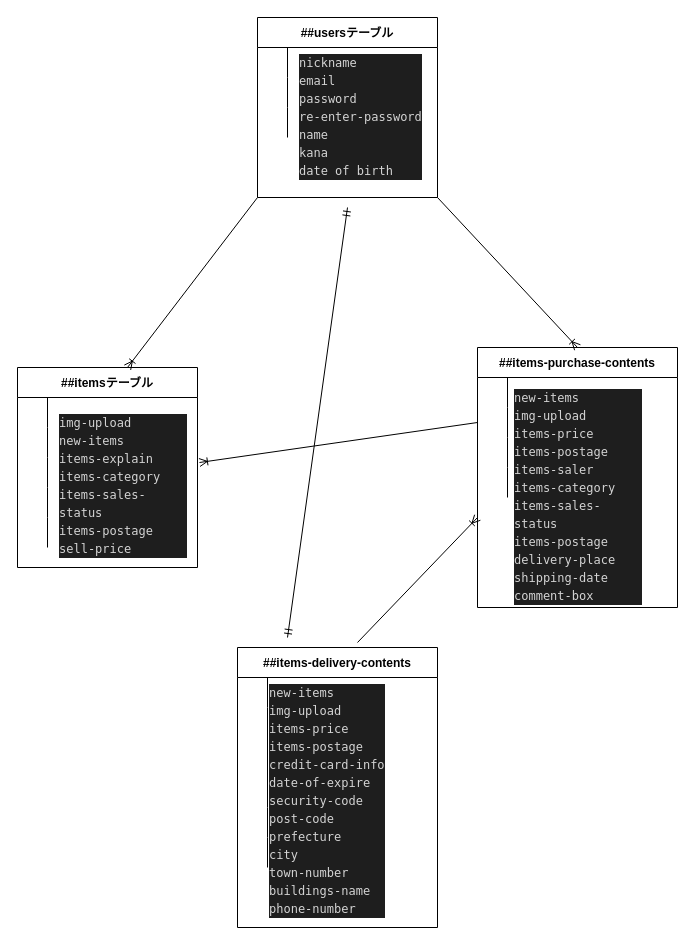
Before: test.dio in aimi-conforti/furima-36699, a draw.io diagram. Source tidied: cells renumbered, new cells numbered last; positions are measured from the earlier drawing's top-left corner, leaving out a move shared by most shapes. Both pictures are drawn from the tidied source at 100%, with x=0, y=0 at pixel (17, 17).
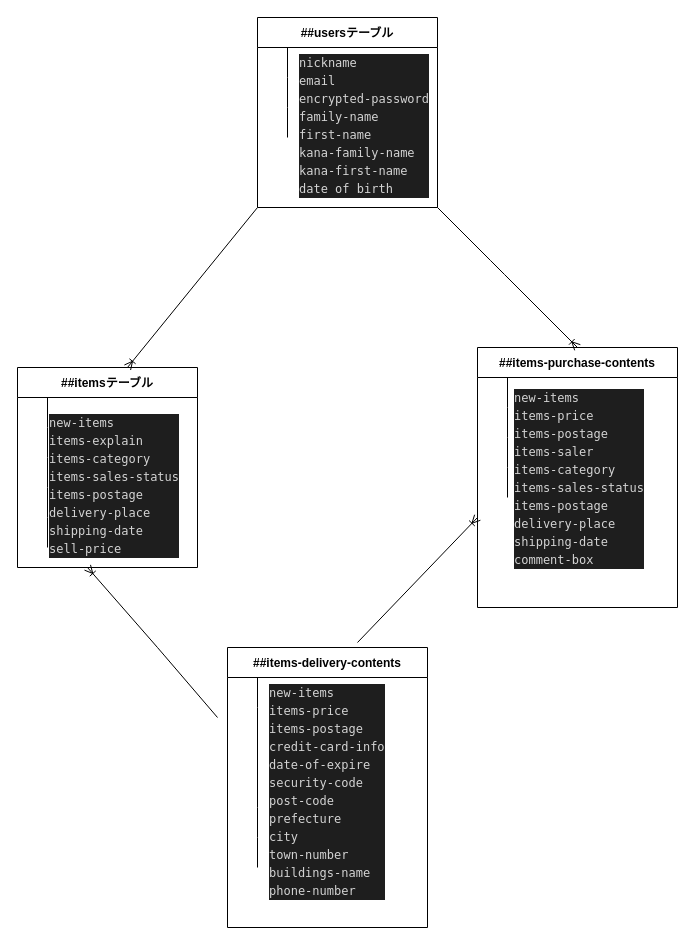
After the change.

The change refers to these unchanged cells:
```xml
<mxCell id="2" value="##items-purchase-contents" style="shape=table;startSize=30;childLayout=tableLayout;rowLines=0;fontStyle=1;align=center;" parent="1" vertex="1">
  <mxGeometry x="460" y="330" width="200" height="260" as="geometry" />
</mxCell>
<mxCell id="6" style="shape=partialRectangle;fillColor=none;top=0;left=0;bottom=0;right=0;points=[[0,0.5],[1,0.5]];portConstraint=eastwest;" parent="2" vertex="1">
  <mxGeometry y="60" width="200" height="30" as="geometry" />
</mxCell>
<mxCell id="22" style="shape=partialRectangle;fillColor=none;top=0;left=0;bottom=0;right=0;points=[[0,0.5],[1,0.5]];portConstraint=eastwest;" parent="15" vertex="1">
  <mxGeometry y="90" width="180" height="30" as="geometry" />
</mxCell>
```

What changed in the source:
```diff
@@
     <mxCell id="32" style="edgeStyle=none;html=1;exitX=1;exitY=1;exitDx=0;exitDy=0;entryX=0.5;entryY=0;entryDx=0;entryDy=0;endArrow=ERoneToMany;endFill=0;targetPerimeterSpacing=0;verticalAlign=middle;" parent="1" edge="1" source="33" target="2">
-      <mxGeometry relative="1" as="geometry" />
+      <mxGeometry relative="1" as="geometry">
+        <Array as="points">
+          <mxPoint x="480" y="250" />
+        </Array>
+      </mxGeometry>
     </mxCell>
     <mxCell id="33" value="##usersテーブル" style="shape=table;startSize=30;childLayout=tableLayout;rowLines=0;fontStyle=1;align=center;" parent="1" vertex="1">
-      <mxGeometry x="240" width="180" height="180" as="geometry" />
+      <mxGeometry x="240" width="180" height="190" as="geometry" />
     </mxCell>
@@
-    <mxCell id="43" style="edgeStyle=none;html=1;exitX=0;exitY=0.5;exitDx=0;exitDy=0;entryX=1.011;entryY=0.167;entryDx=0;entryDy=0;entryPerimeter=0;endArrow=ERoneToMany;endFill=0;targetPerimeterSpacing=0;verticalAlign=middle;" parent="1" edge="1" source="6" target="22">
-      <mxGeometry relative="1" as="geometry" />
+    <mxCell id="43" style="edgeStyle=none;html=1;endArrow=ERoneToMany;endFill=0;targetPerimeterSpacing=0;verticalAlign=middle;" parent="1" edge="1">
+      <mxGeometry relative="1" as="geometry">
+        <mxPoint x="200" y="700" as="sourcePoint" />
+        <mxPoint x="70" y="550" as="targetPoint" />
+        <Array as="points">
+          <mxPoint x="140" y="630" />
+        </Array>
+      </mxGeometry>
     </mxCell>
-    <mxCell id="44" value="&lt;div style=&quot;color: rgb(212 , 212 , 212) ; background-color: rgb(30 , 30 , 30) ; font-family: &amp;#34;menlo&amp;#34; , &amp;#34;monaco&amp;#34; , &amp;#34;courier new&amp;#34; , monospace ; font-weight: normal ; font-size: 12px ; line-height: 18px&quot;&gt;&lt;div&gt;&lt;span style=&quot;color: #d4d4d4&quot;&gt;nickname&lt;/span&gt;&lt;/div&gt;&lt;div&gt;&lt;span style=&quot;color: #d4d4d4&quot;&gt;email&lt;/span&gt;&lt;/div&gt;&lt;div&gt;&lt;span style=&quot;color: #d4d4d4&quot;&gt;password&lt;/span&gt;&lt;/div&gt;&lt;div&gt;&lt;span style=&quot;color: #d4d4d4&quot;&gt;re-enter-password&lt;/span&gt;&lt;/div&gt;&lt;div&gt;&lt;span style=&quot;color: #d4d4d4&quot;&gt;name&amp;nbsp;&lt;/span&gt;&lt;/div&gt;&lt;div&gt;&lt;span style=&quot;color: #d4d4d4&quot;&gt;kana&lt;/span&gt;&lt;/div&gt;&lt;div&gt;&lt;span style=&quot;color: #d4d4d4&quot;&gt;date of birth&lt;/span&gt;&lt;/div&gt;&lt;/div&gt;" style="text;whiteSpace=wrap;html=1;" parent="1" vertex="1">
-      <mxGeometry x="280" y="30" width="130" height="140" as="geometry" />
+    <mxCell id="44" value="&lt;div style=&quot;color: rgb(212 , 212 , 212) ; background-color: rgb(30 , 30 , 30) ; font-family: &amp;#34;menlo&amp;#34; , &amp;#34;monaco&amp;#34; , &amp;#34;courier new&amp;#34; , monospace ; font-weight: normal ; font-size: 12px ; line-height: 18px&quot;&gt;&lt;div&gt;&lt;span style=&quot;color: #d4d4d4&quot;&gt;nickname&lt;/span&gt;&lt;/div&gt;&lt;div&gt;&lt;span style=&quot;color: #d4d4d4&quot;&gt;email&lt;/span&gt;&lt;/div&gt;&lt;div&gt;&lt;span style=&quot;color: #d4d4d4&quot;&gt;encrypted-password&lt;/span&gt;&lt;/div&gt;&lt;div&gt;&lt;span style=&quot;color: #d4d4d4&quot;&gt;family-name&lt;/span&gt;&lt;/div&gt;&lt;div&gt;&lt;span style=&quot;color: #d4d4d4&quot;&gt;first-name&amp;nbsp;&lt;/span&gt;&lt;/div&gt;&lt;div&gt;&lt;span style=&quot;color: #d4d4d4&quot;&gt;kana-family-name&lt;/span&gt;&lt;/div&gt;&lt;div&gt;&lt;span style=&quot;color: #d4d4d4&quot;&gt;kana-first-name&lt;/span&gt;&lt;/div&gt;&lt;div&gt;&lt;span style=&quot;color: #d4d4d4&quot;&gt;date of birth&lt;/span&gt;&lt;/div&gt;&lt;/div&gt;" style="text;whiteSpace=wrap;html=1;" parent="1" vertex="1">
+      <mxGeometry x="280" y="30" width="140" height="140" as="geometry" />
     </mxCell>
-    <mxCell id="45" value="&lt;div style=&quot;color: rgb(212 , 212 , 212) ; background-color: rgb(30 , 30 , 30) ; font-family: &amp;#34;menlo&amp;#34; , &amp;#34;monaco&amp;#34; , &amp;#34;courier new&amp;#34; , monospace ; font-weight: normal ; font-size: 12px ; line-height: 18px&quot;&gt;&lt;div&gt;&lt;span style=&quot;color: #d4d4d4&quot;&gt;img-upload&lt;/span&gt;&lt;/div&gt;&lt;div&gt;&lt;span style=&quot;color: #d4d4d4&quot;&gt;new-items&lt;/span&gt;&lt;/div&gt;&lt;div&gt;&lt;span style=&quot;color: #d4d4d4&quot;&gt;items-explain&lt;/span&gt;&lt;/div&gt;&lt;div&gt;&lt;span style=&quot;color: #d4d4d4&quot;&gt;items-category&lt;/span&gt;&lt;/div&gt;&lt;div&gt;&lt;span style=&quot;color: #d4d4d4&quot;&gt;items-sales-status&lt;/span&gt;&lt;/div&gt;&lt;div&gt;&lt;span style=&quot;color: #d4d4d4&quot;&gt;items-postage&lt;/span&gt;&lt;/div&gt;&lt;div&gt;&lt;span style=&quot;color: #d4d4d4&quot;&gt;sell-price&lt;/span&gt;&lt;/div&gt;&lt;/div&gt;" style="text;whiteSpace=wrap;html=1;" parent="1" vertex="1">
-      <mxGeometry x="40" y="390" width="130" height="140" as="geometry" />
+    <mxCell id="45" value="&lt;div style=&quot;color: rgb(212 , 212 , 212) ; background-color: rgb(30 , 30 , 30) ; font-family: &amp;#34;menlo&amp;#34; , &amp;#34;monaco&amp;#34; , &amp;#34;courier new&amp;#34; , monospace ; font-weight: normal ; font-size: 12px ; line-height: 18px&quot;&gt;&lt;div&gt;new-items&lt;br&gt;&lt;/div&gt;&lt;div&gt;&lt;span style=&quot;color: #d4d4d4&quot;&gt;items-explain&lt;/span&gt;&lt;/div&gt;&lt;div&gt;&lt;span style=&quot;color: #d4d4d4&quot;&gt;items-category&lt;/span&gt;&lt;/div&gt;&lt;div&gt;&lt;span style=&quot;color: #d4d4d4&quot;&gt;items-sales-status&lt;/span&gt;&lt;/div&gt;&lt;div&gt;&lt;span style=&quot;color: #d4d4d4&quot;&gt;items-postage&lt;/span&gt;&lt;/div&gt;&lt;div&gt;delivery-place&lt;/div&gt;&lt;div&gt;shipping-date&lt;/div&gt;&lt;div&gt;sell-price&lt;/div&gt;&lt;/div&gt;" style="text;whiteSpace=wrap;html=1;" parent="1" vertex="1">
+      <mxGeometry x="30" y="390" width="140" height="140" as="geometry" />
     </mxCell>
-    <mxCell id="46" value="&lt;div style=&quot;color: rgb(212 , 212 , 212) ; background-color: rgb(30 , 30 , 30) ; font-family: &amp;#34;menlo&amp;#34; , &amp;#34;monaco&amp;#34; , &amp;#34;courier new&amp;#34; , monospace ; font-weight: normal ; font-size: 12px ; line-height: 18px&quot;&gt;&lt;div&gt;&lt;span style=&quot;color: #d4d4d4&quot;&gt;new-items&lt;/span&gt;&lt;/div&gt;&lt;div&gt;&lt;span style=&quot;color: #d4d4d4&quot;&gt;img-upload&lt;/span&gt;&lt;/div&gt;&lt;div&gt;&lt;span style=&quot;color: #d4d4d4&quot;&gt;items-price&lt;/span&gt;&lt;/div&gt;&lt;div&gt;&lt;span style=&quot;color: #d4d4d4&quot;&gt;items-postage&lt;/span&gt;&lt;/div&gt;&lt;div&gt;&lt;span style=&quot;color: #d4d4d4&quot;&gt;items-saler&lt;/span&gt;&lt;/div&gt;&lt;div&gt;&lt;span style=&quot;color: #d4d4d4&quot;&gt;items-category&lt;/span&gt;&lt;/div&gt;&lt;div&gt;&lt;span style=&quot;color: #d4d4d4&quot;&gt;items-sales-status&lt;/span&gt;&lt;/div&gt;&lt;div&gt;&lt;span style=&quot;color: #d4d4d4&quot;&gt;items-postage&lt;/span&gt;&lt;/div&gt;&lt;div&gt;&lt;span style=&quot;color: #d4d4d4&quot;&gt;delivery-place&lt;/span&gt;&lt;/div&gt;&lt;div&gt;&lt;span style=&quot;color: #d4d4d4&quot;&gt;shipping-date&lt;/span&gt;&lt;/div&gt;&lt;div&gt;&lt;span style=&quot;color: #d4d4d4&quot;&gt;comment-box&lt;/span&gt;&lt;/div&gt;&lt;/div&gt;" style="text;whiteSpace=wrap;html=1;" parent="1" vertex="1">
-      <mxGeometry x="495" y="365" width="130" height="210" as="geometry" />
+    <mxCell id="46" value="&lt;div style=&quot;color: rgb(212 , 212 , 212) ; background-color: rgb(30 , 30 , 30) ; font-family: &amp;#34;menlo&amp;#34; , &amp;#34;monaco&amp;#34; , &amp;#34;courier new&amp;#34; , monospace ; font-weight: normal ; font-size: 12px ; line-height: 18px&quot;&gt;&lt;div&gt;&lt;span style=&quot;color: #d4d4d4&quot;&gt;new-items&lt;/span&gt;&lt;/div&gt;&lt;div&gt;&lt;span style=&quot;color: #d4d4d4&quot;&gt;items-price&lt;/span&gt;&lt;/div&gt;&lt;div&gt;&lt;span style=&quot;color: #d4d4d4&quot;&gt;items-postage&lt;/span&gt;&lt;/div&gt;&lt;div&gt;&lt;span style=&quot;color: #d4d4d4&quot;&gt;items-saler&lt;/span&gt;&lt;/div&gt;&lt;div&gt;&lt;span style=&quot;color: #d4d4d4&quot;&gt;items-category&lt;/span&gt;&lt;/div&gt;&lt;div&gt;&lt;span style=&quot;color: #d4d4d4&quot;&gt;items-sales-status&lt;/span&gt;&lt;/div&gt;&lt;div&gt;&lt;span style=&quot;color: #d4d4d4&quot;&gt;items-postage&lt;/span&gt;&lt;/div&gt;&lt;div&gt;&lt;span style=&quot;color: #d4d4d4&quot;&gt;delivery-place&lt;/span&gt;&lt;/div&gt;&lt;div&gt;&lt;span style=&quot;color: #d4d4d4&quot;&gt;shipping-date&lt;/span&gt;&lt;/div&gt;&lt;div&gt;&lt;span style=&quot;color: #d4d4d4&quot;&gt;comment-box&lt;/span&gt;&lt;/div&gt;&lt;/div&gt;" style="text;whiteSpace=wrap;html=1;" parent="1" vertex="1">
+      <mxGeometry x="495" y="365" width="135" height="210" as="geometry" />
     </mxCell>
     <mxCell id="47" value="##items-delivery-contents" style="shape=table;startSize=30;childLayout=tableLayout;rowLines=0;fontStyle=1;align=center;" parent="1" vertex="1">
-      <mxGeometry x="220" y="630" width="200" height="280" as="geometry" />
+      <mxGeometry x="210" y="630" width="200" height="280" as="geometry" />
     </mxCell>
@@
-    <mxCell id="60" value="&lt;div style=&quot;color: rgb(212 , 212 , 212) ; background-color: rgb(30 , 30 , 30) ; font-family: &amp;#34;menlo&amp;#34; , &amp;#34;monaco&amp;#34; , &amp;#34;courier new&amp;#34; , monospace ; font-weight: normal ; font-size: 12px ; line-height: 18px&quot;&gt;&lt;div&gt;&lt;span style=&quot;color: #d4d4d4&quot;&gt;new-items&lt;/span&gt;&lt;/div&gt;&lt;div&gt;&lt;span style=&quot;color: #d4d4d4&quot;&gt;img-upload&lt;/span&gt;&lt;/div&gt;&lt;div&gt;&lt;span style=&quot;color: #d4d4d4&quot;&gt;items-price&lt;/span&gt;&lt;/div&gt;&lt;div&gt;&lt;span style=&quot;color: #d4d4d4&quot;&gt;items-postage&lt;/span&gt;&lt;/div&gt;&lt;div&gt;&lt;span style=&quot;color: #d4d4d4&quot;&gt;credit-card-info&lt;/span&gt;&lt;/div&gt;&lt;div&gt;&lt;span style=&quot;color: #d4d4d4&quot;&gt;date-of-expire&lt;/span&gt;&lt;/div&gt;&lt;div&gt;&lt;span style=&quot;color: #d4d4d4&quot;&gt;security-code&lt;/span&gt;&lt;/div&gt;&lt;div&gt;&lt;span style=&quot;color: #d4d4d4&quot;&gt;post-code&lt;/span&gt;&lt;/div&gt;&lt;div&gt;&lt;span style=&quot;color: #d4d4d4&quot;&gt;prefecture&lt;/span&gt;&lt;/div&gt;&lt;div&gt;&lt;span style=&quot;color: #d4d4d4&quot;&gt;city&lt;/span&gt;&lt;/div&gt;&lt;div&gt;&lt;span style=&quot;color: #d4d4d4&quot;&gt;town-number&lt;/span&gt;&lt;/div&gt;&lt;div&gt;&lt;span style=&quot;color: #d4d4d4&quot;&gt;buildings-name&lt;/span&gt;&lt;/div&gt;&lt;div&gt;&lt;span style=&quot;color: #d4d4d4&quot;&gt;phone-number&lt;/span&gt;&lt;/div&gt;&lt;/div&gt;" style="text;whiteSpace=wrap;html=1;" parent="1" vertex="1">
+    <mxCell id="60" value="&lt;div style=&quot;color: rgb(212 , 212 , 212) ; background-color: rgb(30 , 30 , 30) ; font-family: &amp;#34;menlo&amp;#34; , &amp;#34;monaco&amp;#34; , &amp;#34;courier new&amp;#34; , monospace ; font-weight: normal ; font-size: 12px ; line-height: 18px&quot;&gt;&lt;div&gt;&lt;span style=&quot;color: #d4d4d4&quot;&gt;new-items&lt;/span&gt;&lt;/div&gt;&lt;div&gt;&lt;span style=&quot;color: #d4d4d4&quot;&gt;items-price&lt;/span&gt;&lt;/div&gt;&lt;div&gt;&lt;span style=&quot;color: #d4d4d4&quot;&gt;items-postage&lt;/span&gt;&lt;/div&gt;&lt;div&gt;&lt;span style=&quot;color: #d4d4d4&quot;&gt;credit-card-info&lt;/span&gt;&lt;/div&gt;&lt;div&gt;&lt;span style=&quot;color: #d4d4d4&quot;&gt;date-of-expire&lt;/span&gt;&lt;/div&gt;&lt;div&gt;&lt;span style=&quot;color: #d4d4d4&quot;&gt;security-code&lt;/span&gt;&lt;/div&gt;&lt;div&gt;&lt;span style=&quot;color: #d4d4d4&quot;&gt;post-code&lt;/span&gt;&lt;/div&gt;&lt;div&gt;&lt;span style=&quot;color: #d4d4d4&quot;&gt;prefecture&lt;/span&gt;&lt;/div&gt;&lt;div&gt;&lt;span style=&quot;color: #d4d4d4&quot;&gt;city&lt;/span&gt;&lt;/div&gt;&lt;div&gt;&lt;span style=&quot;color: #d4d4d4&quot;&gt;town-number&lt;/span&gt;&lt;/div&gt;&lt;div&gt;&lt;span style=&quot;color: #d4d4d4&quot;&gt;buildings-name&lt;/span&gt;&lt;/div&gt;&lt;div&gt;&lt;span style=&quot;color: #d4d4d4&quot;&gt;phone-number&lt;/span&gt;&lt;/div&gt;&lt;/div&gt;" style="text;whiteSpace=wrap;html=1;" parent="1" vertex="1">
       <mxGeometry x="250" y="660" width="120" height="250" as="geometry" />
     </mxCell>
@@
-    <mxCell id="62" style="fontSize=12;html=1;endArrow=ERmandOne;startArrow=ERmandOne;" parent="1" edge="1">
-      <mxGeometry relative="1" as="geometry">
-        <mxPoint x="270" y="620" as="sourcePoint" />
-        <mxPoint x="330" y="190" as="targetPoint" />
-      </mxGeometry>
-    </mxCell>
```
